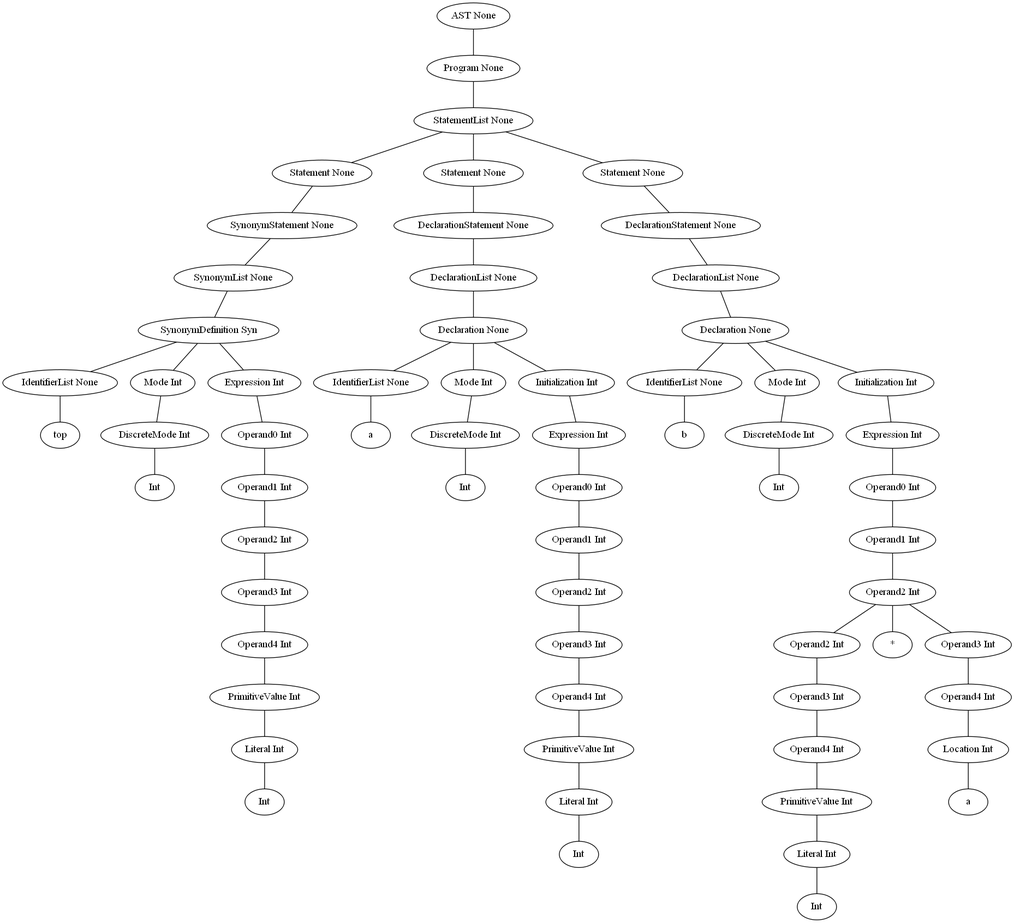
Before: Example1.lya.png, a diagram exported from Graphviz (luisfelipehsr/NotACompiler). Its source is kept beside it as Example1.lya.dot.
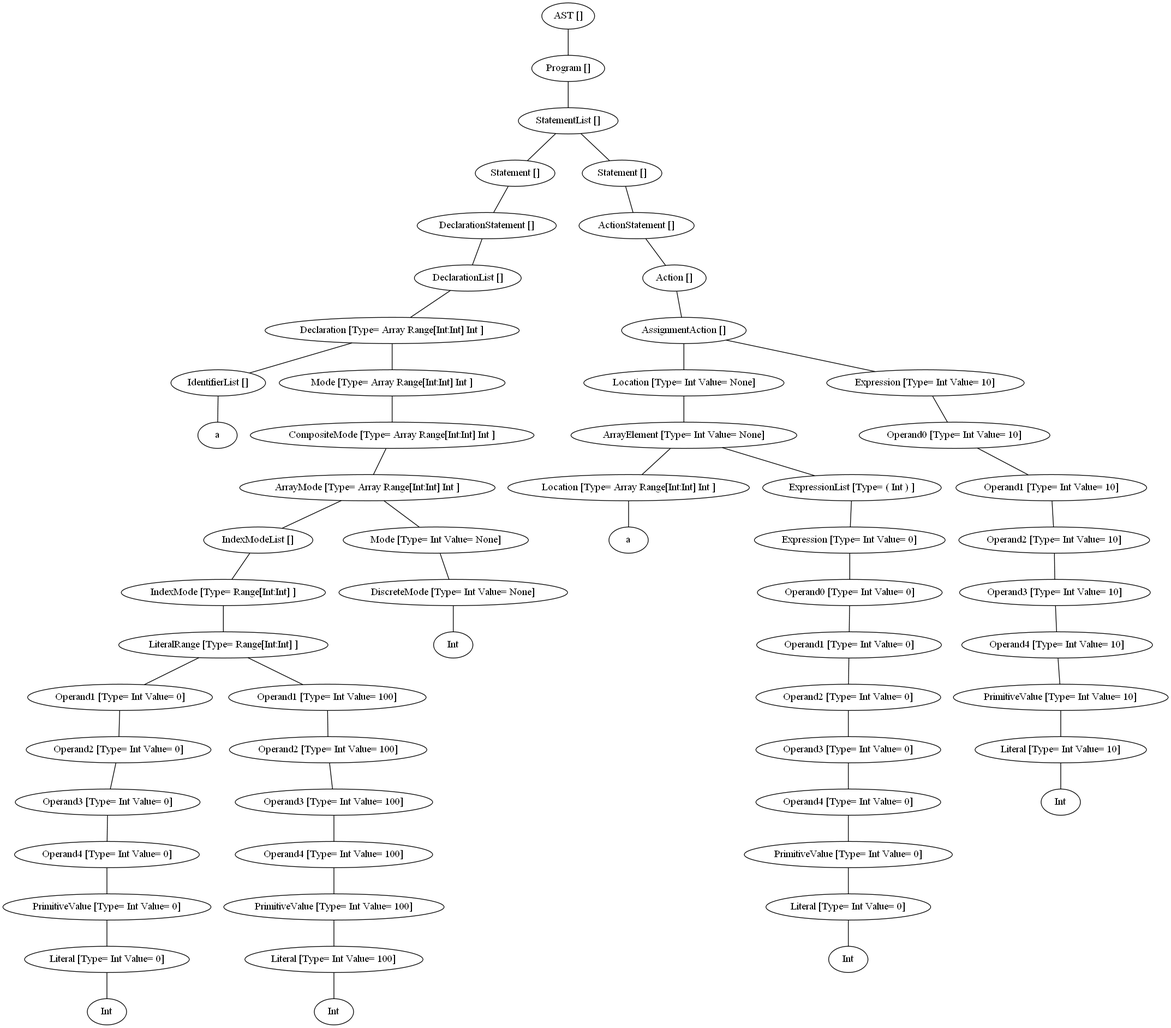
The same diagram one commit later.

Change to the diagram source:
```diff
@@ -1,184 +1,170 @@
 graph G {
-46368584 [label="AST None"];
-46367464 [label="AST None"];
-46368584 -- 46367464;
-46367464 [label="Program None"];
-46369536 [label="Program None"];
-46367464 -- 46369536;
-46369536 [label="StatementList None"];
-46069184 [label="StatementList None"];
-46369536 -- 46069184;
-46069184 [label="Statement None"];
-46368192 [label="Statement None"];
-46069184 -- 46368192;
-46368192 [label="SynonymStatement None"];
-46068848 [label="SynonymStatement None"];
-46368192 -- 46068848;
-46068848 [label="SynonymList None"];
-46368080 [label="SynonymList None"];
-46068848 -- 46368080;
-46368080 [label="SynonymDefinition Syn"];
-46069352 [label="SynonymDefinition Syn"];
-46368080 -- 46069352;
-46069352 [label="IdentifierList None"];
-9449636828605047219 [label=top];
-46069352 -- 9449636828605047219;
-46068904 [label="SynonymDefinition Syn"];
-46368080 -- 46068904;
-46068904 [label="Mode Int"];
-46069464 [label="Mode Int"];
-46068904 -- 46069464;
-46069464 [label="DiscreteMode Int"];
-11854833226328183083 [label=Int];
-46069464 -- 11854833226328183083;
-46368024 [label="SynonymDefinition Syn"];
-46368080 -- 46368024;
-46368024 [label="Expression Int"];
-46367968 [label="Expression Int"];
-46368024 -- 46367968;
-46367968 [label="Operand0 Int"];
-46367912 [label="Operand0 Int"];
-46367968 -- 46367912;
-46367912 [label="Operand1 Int"];
-46367856 [label="Operand1 Int"];
-46367912 -- 46367856;
-46367856 [label="Operand2 Int"];
-46367800 [label="Operand2 Int"];
-46367856 -- 46367800;
-46367800 [label="Operand3 Int"];
-46367576 [label="Operand3 Int"];
-46367800 -- 46367576;
-46367576 [label="Operand4 Int"];
-46367632 [label="Operand4 Int"];
-46367576 -- 46367632;
-46367632 [label="PrimitiveValue Int"];
-46367408 [label="PrimitiveValue Int"];
-46367632 -- 46367408;
-46367408 [label="Literal Int"];
-12960199518881993801 [label=Int];
-46367408 -- 12960199518881993801;
-46368136 [label="StatementList None"];
-46369536 -- 46368136;
-46368136 [label="Statement None"];
-46369312 [label="Statement None"];
-46368136 -- 46369312;
-46369312 [label="DeclarationStatement None"];
-46368304 [label="DeclarationStatement None"];
-46369312 -- 46368304;
-46368304 [label="DeclarationList None"];
-46368528 [label="DeclarationList None"];
-46368304 -- 46368528;
-46368528 [label="Declaration None"];
-46367688 [label="Declaration None"];
-46368528 -- 46367688;
-46367688 [label="IdentifierList None"];
-11719927184826487363 [label=a];
-46367688 -- 11719927184826487363;
-46368360 [label="Declaration None"];
-46368528 -- 46368360;
-46368360 [label="Mode Int"];
-46368248 [label="Mode Int"];
-46368360 -- 46368248;
-46368248 [label="DiscreteMode Int"];
-13401517978420284802 [label=Int];
-46368248 -- 13401517978420284802;
-46369144 [label="Declaration None"];
-46368528 -- 46369144;
-46369144 [label="Initialization Int"];
-46369088 [label="Initialization Int"];
-46369144 -- 46369088;
-46369088 [label="Expression Int"];
-46369032 [label="Expression Int"];
-46369088 -- 46369032;
-46369032 [label="Operand0 Int"];
-46368976 [label="Operand0 Int"];
-46369032 -- 46368976;
-46368976 [label="Operand1 Int"];
-46368920 [label="Operand1 Int"];
-46368976 -- 46368920;
-46368920 [label="Operand2 Int"];
-46368864 [label="Operand2 Int"];
-46368920 -- 46368864;
-46368864 [label="Operand3 Int"];
-46368640 [label="Operand3 Int"];
-46368864 -- 46368640;
-46368640 [label="Operand4 Int"];
-46368696 [label="Operand4 Int"];
-46368640 -- 46368696;
-46368696 [label="PrimitiveValue Int"];
-46368416 [label="PrimitiveValue Int"];
-46368696 -- 46368416;
-46368416 [label="Literal Int"];
-11584694062810698297 [label=Int];
-46368416 -- 11584694062810698297;
-46369368 [label="StatementList None"];
-46369536 -- 46369368;
-46369368 [label="Statement None"];
-46370544 [label="Statement None"];
-46369368 -- 46370544;
-46370544 [label="DeclarationStatement None"];
-46069296 [label="DeclarationStatement None"];
-46370544 -- 46069296;
-46069296 [label="DeclarationList None"];
-46369424 [label="DeclarationList None"];
-46069296 -- 46369424;
-46369424 [label="Declaration None"];
-46368808 [label="Declaration None"];
-46369424 -- 46368808;
-46368808 [label="IdentifierList None"];
-9624686583931871494 [label=b];
-46368808 -- 9624686583931871494;
-46369480 [label="Declaration None"];
-46369424 -- 46369480;
-46369480 [label="Mode Int"];
-46369200 [label="Mode Int"];
-46369480 -- 46369200;
-46369200 [label="DiscreteMode Int"];
-11481194367328040481 [label=Int];
-46369200 -- 11481194367328040481;
-46369816 [label="Declaration None"];
-46369424 -- 46369816;
-46369816 [label="Initialization Int"];
-46370432 [label="Initialization Int"];
-46369816 -- 46370432;
-46370432 [label="Expression Int"];
-46370376 [label="Expression Int"];
-46370432 -- 46370376;
-46370376 [label="Operand0 Int"];
-46370040 [label="Operand0 Int"];
-46370376 -- 46370040;
-46370040 [label="Operand1 Int"];
-46370264 [label="Operand1 Int"];
-46370040 -- 46370264;
-46370264 [label="Operand2 Int"];
-46369928 [label="Operand2 Int"];
-46370264 -- 46369928;
-46369928 [label="Operand2 Int"];
-46369872 [label="Operand2 Int"];
-46369928 -- 46369872;
-46369872 [label="Operand3 Int"];
-46369648 [label="Operand3 Int"];
-46369872 -- 46369648;
-46369648 [label="Operand4 Int"];
-46369704 [label="Operand4 Int"];
-46369648 -- 46369704;
-46369704 [label="PrimitiveValue Int"];
-46367520 [label="PrimitiveValue Int"];
-46369704 -- 46367520;
-46367520 [label="Literal Int"];
-9978340465264302647 [label=Int];
-46367520 -- 9978340465264302647;
-11764992774980097725 [label="*"];
-46370264 -- 11764992774980097725;
-46370096 [label="Operand2 Int"];
-46370264 -- 46370096;
-46370096 [label="Operand3 Int"];
-46370152 [label="Operand3 Int"];
-46370096 -- 46370152;
-46370152 [label="Operand4 Int"];
-46369984 [label="Operand4 Int"];
-46370152 -- 46369984;
-46369984 [label="Location Int"];
-11484363523651196133 [label=a];
-46369984 -- 11484363523651196133;
+46008808 [label="AST []"];
+46008640 [label="AST None"];
+46008808 -- 46008640;
+46008640 [label="Program []"];
+50548864 [label="Program None"];
+46008640 -- 50548864;
+50548864 [label="StatementList []"];
+46008696 [label="StatementList None"];
+50548864 -- 46008696;
+46008696 [label="Statement []"];
+46319544 [label="Statement None"];
+46008696 -- 46319544;
+46319544 [label="DeclarationStatement []"];
+46008920 [label="DeclarationStatement None"];
+46319544 -- 46008920;
+46008920 [label="DeclarationList []"];
+46320944 [label="DeclarationList None"];
+46008920 -- 46320944;
+46320944 [label="Declaration [Type= Array Range[Int:Int] Int ]"];
+46008416 [label="Declaration Array Range[Int:Int] Int"];
+46320944 -- 46008416;
+46008416 [label="IdentifierList []"];
+12762760862202542269 [label=a];
+46008416 -- 12762760862202542269;
+46320888 [label="Declaration Array Range[Int:Int] Int"];
+46320944 -- 46320888;
+46320888 [label="Mode [Type= Array Range[Int:Int] Int ]"];
+46008976 [label="Mode Array Range[Int:Int] Int"];
+46320888 -- 46008976;
+46008976 [label="CompositeMode [Type= Array Range[Int:Int] Int ]"];
+46320496 [label="CompositeMode Array Range[Int:Int] Int"];
+46008976 -- 46320496;
+46320496 [label="ArrayMode [Type= Array Range[Int:Int] Int ]"];
+46320552 [label="ArrayMode Array Range[Int:Int] Int"];
+46320496 -- 46320552;
+46320552 [label="IndexModeList []"];
+46319992 [label="IndexModeList None"];
+46320552 -- 46319992;
+46319992 [label="IndexMode [Type= Range[Int:Int] ]"];
+46320440 [label="IndexMode Range[Int:Int]"];
+46319992 -- 46320440;
+46320440 [label="LiteralRange [Type= Range[Int:Int] ]"];
+46319880 [label="LiteralRange Range[Int:Int]"];
+46320440 -- 46319880;
+46319880 [label="Operand1 [Type= Int Value= 0]"];
+46319824 [label="Operand1 Int"];
+46319880 -- 46319824;
+46319824 [label="Operand2 [Type= Int Value= 0]"];
+46319768 [label="Operand2 Int"];
+46319824 -- 46319768;
+46319768 [label="Operand3 [Type= Int Value= 0]"];
+46319488 [label="Operand3 Int"];
+46319768 -- 46319488;
+46319488 [label="Operand4 [Type= Int Value= 0]"];
+46319600 [label="Operand4 Int"];
+46319488 -- 46319600;
+46319600 [label="PrimitiveValue [Type= Int Value= 0]"];
+46008472 [label="PrimitiveValue Int"];
+46319600 -- 46008472;
+46008472 [label="Literal [Type= Int Value= 0]"];
+12297134661346566554 [label=Int];
+46008472 -- 12297134661346566554;
+46320384 [label="LiteralRange Range[Int:Int]"];
+46320440 -- 46320384;
+46320384 [label="Operand1 [Type= Int Value= 100]"];
+46320328 [label="Operand1 Int"];
+46320384 -- 46320328;
+46320328 [label="Operand2 [Type= Int Value= 100]"];
+46320272 [label="Operand2 Int"];
+46320328 -- 46320272;
+46320272 [label="Operand3 [Type= Int Value= 100]"];
+46320048 [label="Operand3 Int"];
+46320272 -- 46320048;
+46320048 [label="Operand4 [Type= Int Value= 100]"];
+46320104 [label="Operand4 Int"];
+46320048 -- 46320104;
+46320104 [label="PrimitiveValue [Type= Int Value= 100]"];
+46319936 [label="PrimitiveValue Int"];
+46320104 -- 46319936;
+46319936 [label="Literal [Type= Int Value= 100]"];
+11257277488053385447 [label=Int];
+46319936 -- 11257277488053385447;
+46320664 [label="ArrayMode Array Range[Int:Int] Int"];
+46320496 -- 46320664;
+46320664 [label="Mode [Type= Int Value= None]"];
+46320608 [label="Mode Int"];
+46320664 -- 46320608;
+46320608 [label="DiscreteMode [Type= Int Value= None]"];
+11969997253757847137 [label=Int];
+46320608 -- 11969997253757847137;
+46321168 [label="StatementList None"];
+50548864 -- 46321168;
+46321168 [label="Statement []"];
+50549424 [label="Statement None"];
+46321168 -- 50549424;
+50549424 [label="ActionStatement []"];
+50548920 [label="ActionStatement None"];
+50549424 -- 50548920;
+50548920 [label="Action []"];
+50549312 [label="Action None"];
+50548920 -- 50549312;
+50549312 [label="AssignmentAction []"];
+46319712 [label="AssignmentAction None"];
+50549312 -- 46319712;
+46319712 [label="Location [Type= Int Value= None]"];
+46321560 [label="Location Int"];
+46319712 -- 46321560;
+46321560 [label="ArrayElement [Type= Int Value= None]"];
+46320160 [label="ArrayElement Int"];
+46321560 -- 46320160;
+46320160 [label="Location [Type= Array Range[Int:Int] Int ]"];
+13051202120553260979 [label=a];
+46320160 -- 13051202120553260979;
+46321504 [label="ArrayElement Int"];
+46321560 -- 46321504;
+46321504 [label="ExpressionList [Type= ( Int ) ]"];
+46321448 [label="ExpressionList ( Int )"];
+46321504 -- 46321448;
+46321448 [label="Expression [Type= Int Value= 0]"];
+46321392 [label="Expression Int"];
+46321448 -- 46321392;
+46321392 [label="Operand0 [Type= Int Value= 0]"];
+46321336 [label="Operand0 Int"];
+46321392 -- 46321336;
+46321336 [label="Operand1 [Type= Int Value= 0]"];
+46321280 [label="Operand1 Int"];
+46321336 -- 46321280;
+46321280 [label="Operand2 [Type= Int Value= 0]"];
+46321224 [label="Operand2 Int"];
+46321280 -- 46321224;
+46321224 [label="Operand3 [Type= Int Value= 0]"];
+46321000 [label="Operand3 Int"];
+46321224 -- 46321000;
+46321000 [label="Operand4 [Type= Int Value= 0]"];
+46321056 [label="Operand4 Int"];
+46321000 -- 46321056;
+46321056 [label="PrimitiveValue [Type= Int Value= 0]"];
+46320832 [label="PrimitiveValue Int"];
+46321056 -- 46320832;
+46320832 [label="Literal [Type= Int Value= 0]"];
+12241776494545708436 [label=Int];
+46320832 -- 12241776494545708436;
+50549256 [label="AssignmentAction None"];
+50549312 -- 50549256;
+50549256 [label="Expression [Type= Int Value= 10]"];
+50549200 [label="Expression Int"];
+50549256 -- 50549200;
+50549200 [label="Operand0 [Type= Int Value= 10]"];
+50549144 [label="Operand0 Int"];
+50549200 -- 50549144;
+50549144 [label="Operand1 [Type= Int Value= 10]"];
+50549088 [label="Operand1 Int"];
+50549144 -- 50549088;
+50549088 [label="Operand2 [Type= Int Value= 10]"];
+50549032 [label="Operand2 Int"];
+50549088 -- 50549032;
+50549032 [label="Operand3 [Type= Int Value= 10]"];
+46320720 [label="Operand3 Int"];
+50549032 -- 46320720;
+46320720 [label="Operand4 [Type= Int Value= 10]"];
+46321616 [label="Operand4 Int"];
+46320720 -- 46321616;
+46321616 [label="PrimitiveValue [Type= Int Value= 10]"];
+50548808 [label="PrimitiveValue Int"];
+46321616 -- 50548808;
+50548808 [label="Literal [Type= Int Value= 10]"];
+10595968807962231672 [label=Int];
+50548808 -- 10595968807962231672;
 }
```
